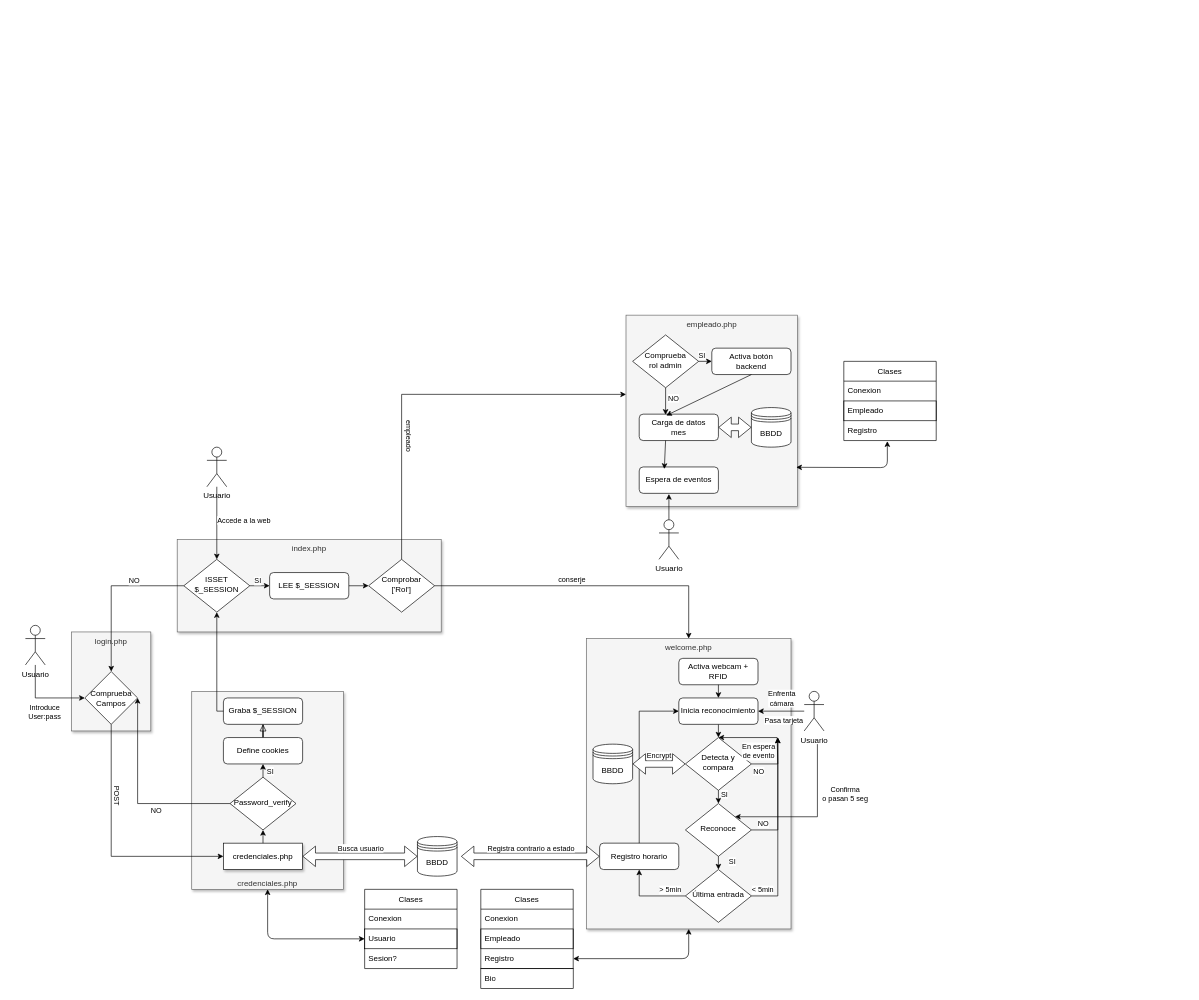
The draw.io diagram docs/Diagramas/Casos de uso reconocimiento.drawio in Isisimone/Proyecto-DAW, before the edit. Source tidied: cells renumbered, new cells numbered last; positions are measured from the earlier drawing's top-left corner, leaving out a move shared by most shapes. Both pictures are drawn from the tidied source at 66%, with x=0, y=0 at pixel (25, 315).
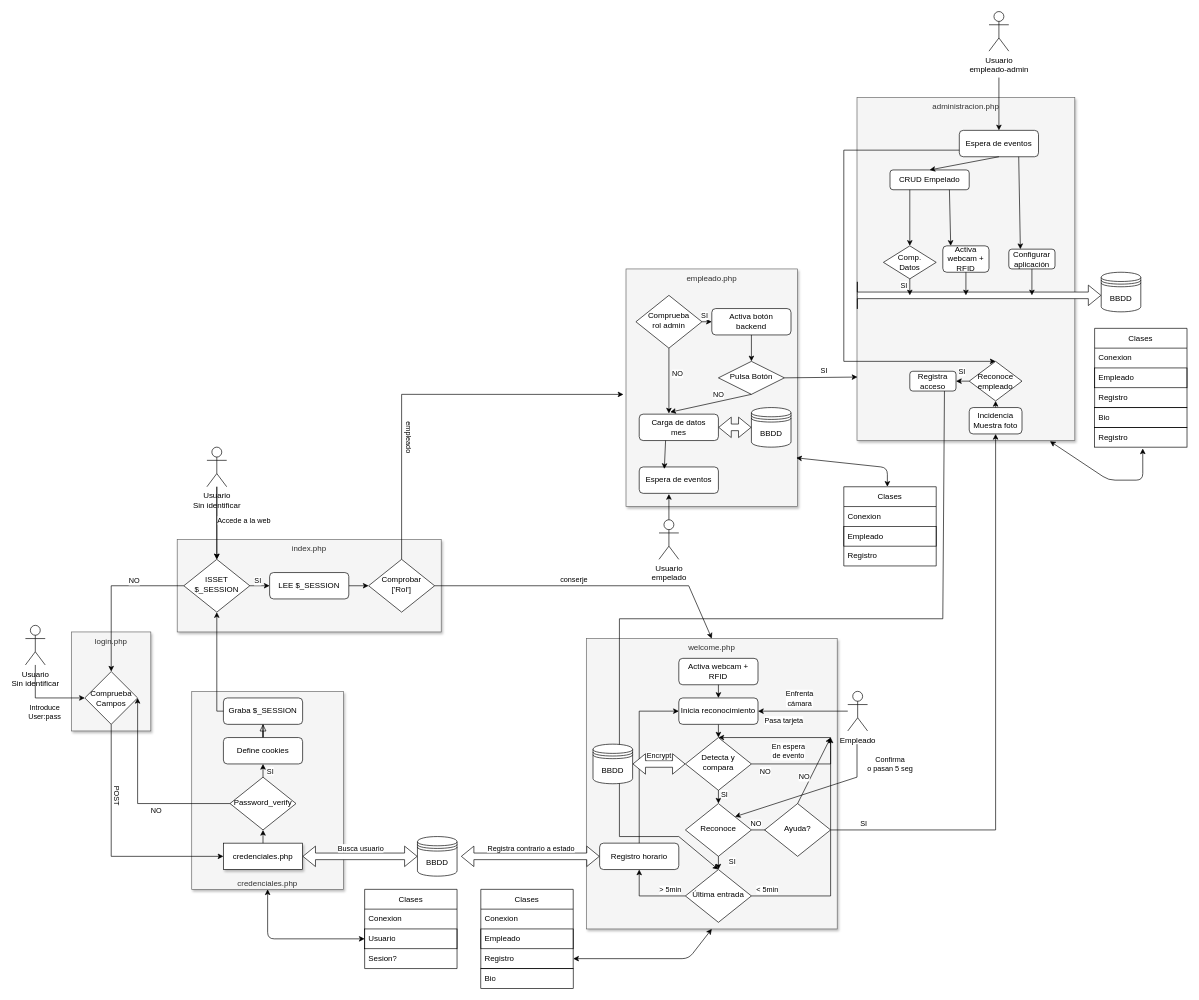
The same diagram, later.

Commit message:
Versión completa actualizada

The change refers to these unchanged cells:
```xml
<mxCell id="7" value="ISSET&lt;div&gt;$_SESSION&lt;/div&gt;" style="rhombus;whiteSpace=wrap;html=1;shadow=0;fontFamily=Helvetica;fontSize=12;align=center;strokeWidth=1;spacing=6;spacingTop=-4;" parent="1" vertex="1">
  <mxGeometry x="240" y="370" width="100" height="80" as="geometry" />
</mxCell>
<mxCell id="43" value="Detecta y compara" style="rhombus;whiteSpace=wrap;html=1;shadow=0;fontFamily=Helvetica;fontSize=12;align=center;strokeWidth=1;spacing=6;spacingTop=-4;" parent="1" vertex="1">
  <mxGeometry x="1000" y="640" width="100" height="80" as="geometry" />
</mxCell>
<mxCell id="44" value="Reconoce" style="rhombus;whiteSpace=wrap;html=1;shadow=0;fontFamily=Helvetica;fontSize=12;align=center;strokeWidth=1;spacing=6;spacingTop=-4;" parent="1" vertex="1">
  <mxGeometry x="1000" y="740" width="100" height="80" as="geometry" />
</mxCell>
<mxCell id="46" value="Última entrada" style="rhombus;whiteSpace=wrap;html=1;shadow=0;fontFamily=Helvetica;fontSize=12;align=center;strokeWidth=1;spacing=6;spacingTop=-4;" parent="1" vertex="1">
  <mxGeometry x="1000" y="840" width="100" height="80" as="geometry" />
</mxCell>
<mxCell id="81" value="Registro" style="text;strokeColor=none;fillColor=none;align=left;verticalAlign=middle;spacingLeft=4;spacingRight=4;overflow=hidden;points=[[0,0.5],[1,0.5]];portConstraint=eastwest;whiteSpace=wrap;html=1;" parent="78" vertex="1">
  <mxGeometry y="90" width="140" height="30" as="geometry" />
</mxCell>
<mxCell id="82" value="Carga de datos&lt;div&gt;mes&lt;/div&gt;" style="rounded=1;whiteSpace=wrap;html=1;" parent="1" vertex="1">
  <mxGeometry x="930" y="150" width="120" height="40" as="geometry" />
</mxCell>
```

Diff of the diagram source:
```diff
@@
     <mxCell id="8" value="empleado.php" style="rounded=0;whiteSpace=wrap;html=1;fontSize=12;glass=0;strokeWidth=1;shadow=1;verticalAlign=top;fillColor=#f5f5f5;fontColor=#333333;strokeColor=#666666;" parent="1" vertex="1">
-      <mxGeometry x="910" width="260" height="290" as="geometry" />
+      <mxGeometry x="910" y="-70" width="260" height="360" as="geometry" />
     </mxCell>
     <mxCell id="9" value="welcome.php" style="rounded=0;whiteSpace=wrap;html=1;fontSize=12;glass=0;strokeWidth=1;shadow=1;verticalAlign=top;fillColor=#f5f5f5;fontColor=#333333;strokeColor=#666666;" parent="1" vertex="1">
-      <mxGeometry x="850" y="490" width="310" height="440" as="geometry" />
+      <mxGeometry x="850" y="490" width="380" height="440" as="geometry" />
     </mxCell>
@@
-    <mxCell id="16" style="endArrow=classic;html=1;rounded=0;entryX=0;entryY=0.414;entryDx=0;entryDy=0;entryPerimeter=0;" parent="1" edge="1" target="8">
+    <mxCell id="16" style="endArrow=classic;html=1;rounded=0;entryX=-0.015;entryY=0.528;entryDx=0;entryDy=0;entryPerimeter=0;" parent="1" edge="1" target="8">
       <mxGeometry relative="1" as="geometry">
         <mxPoint x="570" y="370" as="sourcePoint" />
         <Array as="points">
           <mxPoint x="570" y="120" />
         </Array>
       </mxGeometry>
     </mxCell>
@@
     <mxCell id="57" style="endArrow=classic;html=1;rounded=0;exitX=1;exitY=0.5;exitDx=0;exitDy=0;entryX=0.5;entryY=0;entryDx=0;entryDy=0;" parent="1" edge="1" source="43" target="43">
       <mxGeometry relative="1" as="geometry">
         <Array as="points">
-          <mxPoint x="1140" y="680" />
-          <mxPoint x="1139" y="640" />
+          <mxPoint x="1220" y="680" />
+          <mxPoint x="1220" y="660" />
+          <mxPoint x="1220" y="640" />
         </Array>
       </mxGeometry>
     </mxCell>
@@
-    <mxCell id="60" style="endArrow=classic;html=1;rounded=0;exitX=1;exitY=0.5;exitDx=0;exitDy=0;" parent="1" edge="1" source="44">
+    <mxCell id="60" style="endArrow=classic;html=1;rounded=0;exitX=1;exitY=0.5;exitDx=0;exitDy=0;entryX=0;entryY=0.5;entryDx=0;entryDy=0;" parent="1" edge="1" source="44" target="113">
       <mxGeometry relative="1" as="geometry">
-        <mxPoint x="1140" y="640" as="targetPoint" />
         <Array as="points">
           <mxPoint x="1140" y="780" />
         </Array>
       </mxGeometry>
     </mxCell>
@@
     <mxCell id="62" style="endArrow=classic;html=1;rounded=0;exitX=1;exitY=0.5;exitDx=0;exitDy=0;" parent="1" edge="1" source="46">
       <mxGeometry relative="1" as="geometry">
-        <mxPoint x="1140" y="640" as="targetPoint" />
+        <mxPoint x="1220" y="640" as="targetPoint" />
         <Array as="points">
-          <mxPoint x="1140" y="880" />
+          <mxPoint x="1220" y="880" />
         </Array>
       </mxGeometry>
     </mxCell>
@@
-    <mxCell id="66" value="BBDD" style="shape=datastore;whiteSpace=wrap;html=1;" parent="1" vertex="1">
-      <mxGeometry x="860" y="650" width="60" height="60" as="geometry" />
-    </mxCell>
@@
     <mxCell id="76" value="Activa botón&lt;div&gt;backend&lt;/div&gt;" style="rounded=1;whiteSpace=wrap;html=1;" parent="1" vertex="1">
-      <mxGeometry x="1040" y="50" width="120" height="40" as="geometry" />
+      <mxGeometry x="1040" y="-10" width="120" height="40" as="geometry" />
     </mxCell>
     <mxCell id="77" value="Comprueba&lt;div&gt;rol admin&lt;/div&gt;" style="rhombus;whiteSpace=wrap;html=1;shadow=0;fontFamily=Helvetica;fontSize=12;align=center;strokeWidth=1;spacing=6;spacingTop=-4;" parent="1" vertex="1">
-      <mxGeometry x="920" y="30" width="100" height="80" as="geometry" />
+      <mxGeometry x="925" y="-30" width="100" height="80" as="geometry" />
     </mxCell>
     <mxCell id="78" value="Clases" style="swimlane;fontStyle=0;horizontal=1;startSize=30;whiteSpace=wrap;html=1;" parent="1" vertex="1">
-      <mxGeometry x="1240" y="70" width="140" height="120" as="geometry" />
+      <mxGeometry x="1240" y="260" width="140" height="120" as="geometry" />
     </mxCell>
@@
-    <mxCell id="85" style="endArrow=classic;startArrow=classic;html=1;rounded=1;entryX=0.471;entryY=1.033;entryDx=0;entryDy=0;entryPerimeter=0;exitX=0.992;exitY=0.795;exitDx=0;exitDy=0;exitPerimeter=0;curved=0;" parent="1" edge="1" source="8" target="81">
+    <mxCell id="85" style="endArrow=classic;startArrow=classic;html=1;rounded=1;exitX=0.992;exitY=0.795;exitDx=0;exitDy=0;exitPerimeter=0;curved=0;" parent="1" edge="1" source="8">
       <mxGeometry relative="1" as="geometry">
+        <mxPoint x="1306" y="260" as="targetPoint" />
         <Array as="points">
           <mxPoint x="1306" y="231" />
         </Array>
       </mxGeometry>
     </mxCell>
-    <mxCell id="86" style="endArrow=classic;html=1;rounded=0;entryX=0;entryY=0.5;entryDx=0;entryDy=0;exitX=1;exitY=0.5;exitDx=0;exitDy=0;" parent="1" edge="1">
-      <mxGeometry relative="1" as="geometry">
-        <mxPoint x="1020" y="70" as="sourcePoint" />
-        <mxPoint x="1040" y="70" as="targetPoint" />
-      </mxGeometry>
+    <mxCell id="86" style="endArrow=classic;html=1;rounded=0;entryX=0;entryY=0.5;entryDx=0;entryDy=0;exitX=1;exitY=0.5;exitDx=0;exitDy=0;" parent="1" edge="1" source="77" target="76">
+      <mxGeometry relative="1" as="geometry" />
     </mxCell>
@@
-    <mxCell id="88" style="endArrow=classic;html=1;rounded=0;entryX=0.333;entryY=0.025;entryDx=0;entryDy=0;entryPerimeter=0;exitX=0.5;exitY=1;exitDx=0;exitDy=0;" parent="1" edge="1" source="77" target="82">
+    <mxCell id="88" style="endArrow=classic;html=1;rounded=0;entryX=0.375;entryY=-0.025;entryDx=0;entryDy=0;entryPerimeter=0;exitX=0.5;exitY=1;exitDx=0;exitDy=0;" parent="1" edge="1" source="77" target="82">
       <mxGeometry relative="1" as="geometry" />
     </mxCell>
@@
-    <mxCell id="90" style="endArrow=classic;html=1;rounded=0;entryX=0.342;entryY=0.05;entryDx=0;entryDy=0;entryPerimeter=0;exitX=0.5;exitY=1;exitDx=0;exitDy=0;" parent="1" edge="1" source="76" target="82">
+    <mxCell id="90" style="endArrow=classic;html=1;rounded=0;exitX=0.5;exitY=1;exitDx=0;exitDy=0;entryX=0.5;entryY=0;entryDx=0;entryDy=0;" parent="1" edge="1" source="76" target="107">
       <mxGeometry relative="1" as="geometry" />
     </mxCell>
@@
+    <mxCell id="106" style="edgeStyle=orthogonalEdgeStyle;rounded=0;jettySize=auto;html=1;" parent="1" edge="1" source="94" target="7">
+      <mxGeometry relative="1" as="geometry" />
+    </mxCell>
-    <mxCell id="94" value="Usuario" style="shape=umlActor;verticalLabelPosition=bottom;verticalAlign=top;html=1;outlineConnect=0;" parent="1" vertex="1">
+    <mxCell id="94" value="Usuario&lt;div&gt;Sin identificar&lt;/div&gt;" style="shape=umlActor;verticalLabelPosition=bottom;verticalAlign=top;html=1;outlineConnect=0;" parent="1" vertex="1">
       <mxGeometry x="275" y="200" width="30" height="60" as="geometry" />
     </mxCell>
-    <mxCell id="95" value="Usuario" style="shape=umlActor;verticalLabelPosition=bottom;verticalAlign=top;html=1;outlineConnect=0;" parent="1" vertex="1">
+    <mxCell id="95" value="Usuario&lt;div&gt;Sin identificar&lt;/div&gt;" style="shape=umlActor;verticalLabelPosition=bottom;verticalAlign=top;html=1;outlineConnect=0;" parent="1" vertex="1">
       <mxGeometry y="470" width="30" height="60" as="geometry" />
     </mxCell>
@@
-    <mxCell id="98" value="Usuario" style="shape=umlActor;verticalLabelPosition=bottom;verticalAlign=top;html=1;outlineConnect=0;" parent="1" vertex="1">
+    <mxCell id="98" value="Usuario&lt;div&gt;empelado&lt;/div&gt;" style="shape=umlActor;verticalLabelPosition=bottom;verticalAlign=top;html=1;outlineConnect=0;" parent="1" vertex="1">
       <mxGeometry x="960" y="310" width="30" height="60" as="geometry" />
     </mxCell>
@@
-    <mxCell id="100" value="Usuario" style="shape=umlActor;verticalLabelPosition=bottom;verticalAlign=top;html=1;outlineConnect=0;" parent="1" vertex="1">
-      <mxGeometry x="1180" y="570" width="30" height="60" as="geometry" />
+    <mxCell id="100" value="Empleado" style="shape=umlActor;verticalLabelPosition=bottom;verticalAlign=top;html=1;outlineConnect=0;" parent="1" vertex="1">
+      <mxGeometry x="1246" y="570" width="30" height="60" as="geometry" />
     </mxCell>
@@
     <mxCell id="104" style="endArrow=classic;html=1;rounded=0;entryX=1;entryY=0;entryDx=0;entryDy=0;" parent="1" edge="1" target="44">
       <mxGeometry relative="1" as="geometry">
-        <mxPoint x="1200" y="650" as="sourcePoint" />
+        <mxPoint x="1260" y="650" as="sourcePoint" />
         <Array as="points">
-          <mxPoint x="1200" y="760" />
+          <mxPoint x="1260" y="700" />
         </Array>
       </mxGeometry>
     </mxCell>
     <mxCell id="105" value="Confirma&lt;div&gt;o pasan 5 seg&lt;/div&gt;" style="edgeLabel;html=1;align=center;verticalAlign=middle;" parent="104" vertex="1">
       <mxGeometry x="-0.36" y="2" relative="1" as="geometry">
-        <mxPoint x="39" as="offset" />
+        <mxPoint x="76" y="-31" as="offset" />
       </mxGeometry>
     </mxCell>
+    <mxCell id="107" value="Pulsa Botón" style="rhombus;whiteSpace=wrap;html=1;shadow=0;fontFamily=Helvetica;fontSize=12;align=center;strokeWidth=1;spacing=6;spacingTop=-4;" parent="1" vertex="1">
+      <mxGeometry x="1050" y="70" width="100" height="50" as="geometry" />
+    </mxCell>
+    <mxCell id="108" style="endArrow=classic;html=1;rounded=0;entryX=0.392;entryY=-0.075;entryDx=0;entryDy=0;entryPerimeter=0;exitX=0.5;exitY=1;exitDx=0;exitDy=0;" parent="1" edge="1" source="107" target="82">
+      <mxGeometry relative="1" as="geometry" />
+    </mxCell>
+    <mxCell id="109" value="NO" style="edgeLabel;html=1;align=center;verticalAlign=middle;" parent="108" vertex="1">
+      <mxGeometry x="-0.17" y="1" relative="1" as="geometry">
+        <mxPoint y="-13" as="offset" />
+      </mxGeometry>
+    </mxCell>
+    <mxCell id="110" value="administracion.php" style="rounded=0;whiteSpace=wrap;html=1;fontSize=12;glass=0;strokeWidth=1;shadow=1;verticalAlign=top;fillColor=#f5f5f5;fontColor=#333333;strokeColor=#666666;" parent="1" vertex="1">
+      <mxGeometry x="1260" y="-330" width="330" height="520" as="geometry" />
+    </mxCell>
+    <mxCell id="111" style="endArrow=classic;html=1;rounded=0;exitX=1;exitY=0.5;exitDx=0;exitDy=0;entryX=0.002;entryY=0.815;entryDx=0;entryDy=0;entryPerimeter=0;" parent="1" edge="1" source="107" target="110">
+      <mxGeometry relative="1" as="geometry" />
+    </mxCell>
+    <mxCell id="112" value="SI" style="edgeLabel;html=1;align=center;verticalAlign=middle;" parent="111" vertex="1">
+      <mxGeometry x="-0.35" y="-2" relative="1" as="geometry">
+        <mxPoint x="23" y="-13" as="offset" />
+      </mxGeometry>
+    </mxCell>
+    <mxCell id="113" value="Ayuda?" style="rhombus;whiteSpace=wrap;html=1;shadow=0;fontFamily=Helvetica;fontSize=12;align=center;strokeWidth=1;spacing=6;spacingTop=-4;" parent="1" vertex="1">
+      <mxGeometry x="1120" y="740" width="100" height="80" as="geometry" />
+    </mxCell>
+    <mxCell id="114" style="endArrow=classic;html=1;rounded=0;" parent="1" edge="1">
+      <mxGeometry relative="1" as="geometry">
+        <mxPoint x="1170" y="740" as="sourcePoint" />
+        <mxPoint x="1220" y="640" as="targetPoint" />
+      </mxGeometry>
+    </mxCell>
+    <mxCell id="115" value="NO" style="edgeLabel;html=1;align=center;verticalAlign=middle;" parent="114" vertex="1">
+      <mxGeometry x="-0.25" y="-1" relative="1" as="geometry">
+        <mxPoint x="-10" y="-3" as="offset" />
+      </mxGeometry>
+    </mxCell>
+    <mxCell id="116" style="endArrow=classic;html=1;rounded=0;entryX=0.5;entryY=1;entryDx=0;entryDy=0;" parent="1" edge="1" target="118">
+      <mxGeometry relative="1" as="geometry">
+        <mxPoint x="1220" y="780" as="sourcePoint" />
+        <Array as="points">
+          <mxPoint x="1470" y="780" />
+        </Array>
+      </mxGeometry>
+    </mxCell>
+    <mxCell id="117" value="SI" style="edgeLabel;html=1;align=center;verticalAlign=middle;" parent="116" vertex="1">
+      <mxGeometry x="-0.74" y="2" relative="1" as="geometry">
+        <mxPoint x="-62" y="-8" as="offset" />
+      </mxGeometry>
+    </mxCell>
+    <mxCell id="118" value="Incidencia&lt;div&gt;Muestra foto&lt;/div&gt;" style="rounded=1;whiteSpace=wrap;html=1;" parent="1" vertex="1">
+      <mxGeometry x="1430" y="140" width="80" height="40" as="geometry" />
+    </mxCell>
+    <mxCell id="119" value="Reconoce&lt;div&gt;empleado&lt;/div&gt;" style="rhombus;whiteSpace=wrap;html=1;" parent="1" vertex="1">
+      <mxGeometry x="1430" y="70" width="80" height="60" as="geometry" />
+    </mxCell>
+    <mxCell id="120" value="Registra&lt;div&gt;acceso&lt;/div&gt;" style="rounded=1;whiteSpace=wrap;html=1;" parent="1" vertex="1">
+      <mxGeometry x="1340" y="85" width="70" height="30" as="geometry" />
+    </mxCell>
+    <mxCell id="121" style="endArrow=classic;html=1;rounded=0;exitX=0.75;exitY=1;exitDx=0;exitDy=0;entryX=0.5;entryY=0;entryDx=0;entryDy=0;" parent="1" edge="1" source="120" target="46">
+      <mxGeometry relative="1" as="geometry">
+        <Array as="points">
+          <mxPoint x="1390" y="460" />
+          <mxPoint x="900" y="460" />
+          <mxPoint x="900" y="790" />
+          <mxPoint x="990" y="790" />
+        </Array>
+      </mxGeometry>
+    </mxCell>
+    <mxCell id="66" value="BBDD" style="shape=datastore;whiteSpace=wrap;html=1;" parent="1" vertex="1">
+      <mxGeometry x="860" y="650" width="60" height="60" as="geometry" />
+    </mxCell>
+    <mxCell id="122" style="endArrow=classic;html=1;rounded=0;entryX=0.5;entryY=1;entryDx=0;entryDy=0;exitX=0.5;exitY=0;exitDx=0;exitDy=0;" parent="1" edge="1" source="118" target="119">
+      <mxGeometry relative="1" as="geometry" />
+    </mxCell>
+    <mxCell id="123" style="endArrow=classic;html=1;rounded=0;entryX=1;entryY=0.5;entryDx=0;entryDy=0;exitX=0;exitY=0.5;exitDx=0;exitDy=0;" parent="1" edge="1" source="119" target="120">
+      <mxGeometry relative="1" as="geometry" />
+    </mxCell>
+    <mxCell id="124" value="SI" style="edgeLabel;html=1;align=center;verticalAlign=middle;" parent="123" vertex="1">
+      <mxGeometry x="0.11" y="-3" relative="1" as="geometry">
+        <mxPoint x="-1" y="-12" as="offset" />
+      </mxGeometry>
+    </mxCell>
+    <mxCell id="125" value="CRUD Empelado" style="rounded=1;whiteSpace=wrap;html=1;" parent="1" vertex="1">
+      <mxGeometry x="1310" y="-220" width="120" height="30" as="geometry" />
+    </mxCell>
+    <mxCell id="126" value="Configurar&lt;div&gt;aplicación&lt;/div&gt;" style="rounded=1;whiteSpace=wrap;html=1;" parent="1" vertex="1">
+      <mxGeometry x="1490" y="-100" width="70" height="30" as="geometry" />
+    </mxCell>
+    <mxCell id="127" value="Usuario&lt;div&gt;empleado-admin&lt;/div&gt;" style="shape=umlActor;verticalLabelPosition=bottom;verticalAlign=top;html=1;" parent="1" vertex="1">
+      <mxGeometry x="1460" y="-460" width="30" height="60" as="geometry" />
+    </mxCell>
+    <mxCell id="128" value="BBDD" style="shape=datastore;whiteSpace=wrap;html=1;" parent="1" vertex="1">
+      <mxGeometry x="1630" y="-65" width="60" height="60" as="geometry" />
+    </mxCell>
+    <mxCell id="129" style="shape=flexArrow;endArrow=classic;startArrow=classic;html=1;rounded=0;fillColor=default;fillStyle=solid;startWidth=30;startSize=-0.33;" parent="1" edge="1">
+      <mxGeometry relative="1" as="geometry">
+        <mxPoint x="1260" y="-30" as="sourcePoint" />
+        <mxPoint x="1630" y="-30" as="targetPoint" />
+      </mxGeometry>
+    </mxCell>
+    <mxCell id="130" value="Comp.&lt;div&gt;Datos&lt;/div&gt;" style="rhombus;whiteSpace=wrap;html=1;" parent="1" vertex="1">
+      <mxGeometry x="1300" y="-105" width="80" height="50" as="geometry" />
+    </mxCell>
+    <mxCell id="131" value="Espera de eventos" style="rounded=1;whiteSpace=wrap;html=1;" parent="1" vertex="1">
+      <mxGeometry x="1415" y="-280" width="120" height="40" as="geometry" />
+    </mxCell>
+    <mxCell id="132" style="endArrow=classic;html=1;rounded=0;entryX=0.5;entryY=0;entryDx=0;entryDy=0;" parent="1" edge="1" target="131">
+      <mxGeometry relative="1" as="geometry">
+        <mxPoint x="1475" y="-360" as="sourcePoint" />
+      </mxGeometry>
+    </mxCell>
+    <mxCell id="133" style="endArrow=classic;html=1;rounded=0;entryX=0.5;entryY=0;entryDx=0;entryDy=0;exitX=0.5;exitY=1;exitDx=0;exitDy=0;" parent="1" edge="1" source="131" target="125">
+      <mxGeometry relative="1" as="geometry" />
+    </mxCell>
+    <mxCell id="134" style="endArrow=classic;html=1;rounded=0;exitX=0.5;exitY=1;exitDx=0;exitDy=0;" parent="1" edge="1" source="130">
+      <mxGeometry relative="1" as="geometry">
+        <mxPoint x="1340" y="-30" as="targetPoint" />
+      </mxGeometry>
+    </mxCell>
+    <mxCell id="135" value="SI" style="edgeLabel;html=1;align=center;verticalAlign=middle;" parent="134" vertex="1">
+      <mxGeometry x="-0.3" relative="1" as="geometry">
+        <mxPoint x="-10" as="offset" />
+      </mxGeometry>
+    </mxCell>
+    <mxCell id="136" style="endArrow=classic;html=1;rounded=0;exitX=0.25;exitY=1;exitDx=0;exitDy=0;entryX=0.5;entryY=0;entryDx=0;entryDy=0;" parent="1" edge="1" source="125" target="130">
+      <mxGeometry relative="1" as="geometry" />
+    </mxCell>
+    <mxCell id="137" style="endArrow=classic;html=1;rounded=0;entryX=0.25;entryY=0;entryDx=0;entryDy=0;exitX=0.75;exitY=1;exitDx=0;exitDy=0;" parent="1" edge="1" source="131" target="126">
+      <mxGeometry relative="1" as="geometry" />
+    </mxCell>
+    <mxCell id="138" value="Clases" style="swimlane;fontStyle=0;horizontal=1;startSize=30;whiteSpace=wrap;html=1;" parent="1" vertex="1">
+      <mxGeometry x="1620" y="20" width="140" height="120" as="geometry" />
+    </mxCell>
+    <mxCell id="139" value="Conexion" style="text;strokeColor=none;fillColor=none;align=left;verticalAlign=middle;spacingLeft=4;spacingRight=4;overflow=hidden;whiteSpace=wrap;html=1;" parent="138" vertex="1">
+      <mxGeometry y="30" width="140" height="30" as="geometry" />
+    </mxCell>
+    <mxCell id="140" value="Empleado" style="text;strokeColor=default;fillColor=none;align=left;verticalAlign=middle;spacingLeft=4;spacingRight=4;overflow=hidden;whiteSpace=wrap;html=1;" parent="138" vertex="1">
+      <mxGeometry y="60" width="140" height="30" as="geometry" />
+    </mxCell>
+    <mxCell id="141" value="Registro" style="text;strokeColor=none;fillColor=none;align=left;verticalAlign=middle;spacingLeft=4;spacingRight=4;overflow=hidden;whiteSpace=wrap;html=1;" parent="138" vertex="1">
+      <mxGeometry y="90" width="140" height="30" as="geometry" />
+    </mxCell>
+    <mxCell id="142" value="Bio" style="text;strokeColor=default;fillColor=none;align=left;verticalAlign=middle;spacingLeft=4;spacingRight=4;overflow=hidden;whiteSpace=wrap;html=1;" parent="1" vertex="1">
+      <mxGeometry x="1620" y="140" width="140" height="30" as="geometry" />
+    </mxCell>
+    <mxCell id="143" value="Registro" style="text;strokeColor=default;fillColor=none;align=left;verticalAlign=middle;spacingLeft=4;spacingRight=4;overflow=hidden;points=[[0,0.5],[1,0.5]];portConstraint=eastwest;whiteSpace=wrap;html=1;" parent="1" vertex="1">
+      <mxGeometry x="1620" y="170" width="140" height="30" as="geometry" />
+    </mxCell>
+    <mxCell id="144" value="Activa webcam + RFID" style="rounded=1;whiteSpace=wrap;html=1;" parent="1" vertex="1">
+      <mxGeometry x="1390" y="-105" width="70" height="40" as="geometry" />
+    </mxCell>
+    <mxCell id="145" style="endArrow=classic;html=1;rounded=0;exitX=0.75;exitY=1;exitDx=0;exitDy=0;entryX=0.171;entryY=0;entryDx=0;entryDy=0;entryPerimeter=0;" parent="1" edge="1" source="125" target="144">
+      <mxGeometry relative="1" as="geometry" />
+    </mxCell>
+    <mxCell id="146" style="endArrow=classic;html=1;rounded=0;exitX=0.5;exitY=1;exitDx=0;exitDy=0;" parent="1" edge="1" source="144">
+      <mxGeometry relative="1" as="geometry">
+        <mxPoint x="1425" y="-30" as="targetPoint" />
+      </mxGeometry>
+    </mxCell>
+    <mxCell id="147" style="endArrow=classic;html=1;rounded=0;exitX=0;exitY=0.75;exitDx=0;exitDy=0;entryX=0.5;entryY=0;entryDx=0;entryDy=0;" parent="1" edge="1" source="131" target="119">
+      <mxGeometry relative="1" as="geometry">
+        <Array as="points">
+          <mxPoint x="1240" y="-250" />
+          <mxPoint x="1240" y="70" />
+        </Array>
+      </mxGeometry>
+    </mxCell>
+    <mxCell id="148" style="endArrow=classic;startArrow=classic;html=1;rounded=1;exitX=0.886;exitY=1.002;exitDx=0;exitDy=0;exitPerimeter=0;entryX=0.521;entryY=1.067;entryDx=0;entryDy=0;entryPerimeter=0;curved=0;" parent="1" edge="1" source="110" target="143">
+      <mxGeometry relative="1" as="geometry">
+        <Array as="points">
+          <mxPoint x="1641" y="250" />
+          <mxPoint x="1693" y="250" />
+        </Array>
+      </mxGeometry>
+    </mxCell>
+    <mxCell id="149" style="endArrow=classic;html=1;rounded=0;exitX=0.5;exitY=1;exitDx=0;exitDy=0;" parent="1" edge="1" source="126">
+      <mxGeometry relative="1" as="geometry">
+        <mxPoint x="1525" y="-30" as="targetPoint" />
+      </mxGeometry>
+    </mxCell>
```
